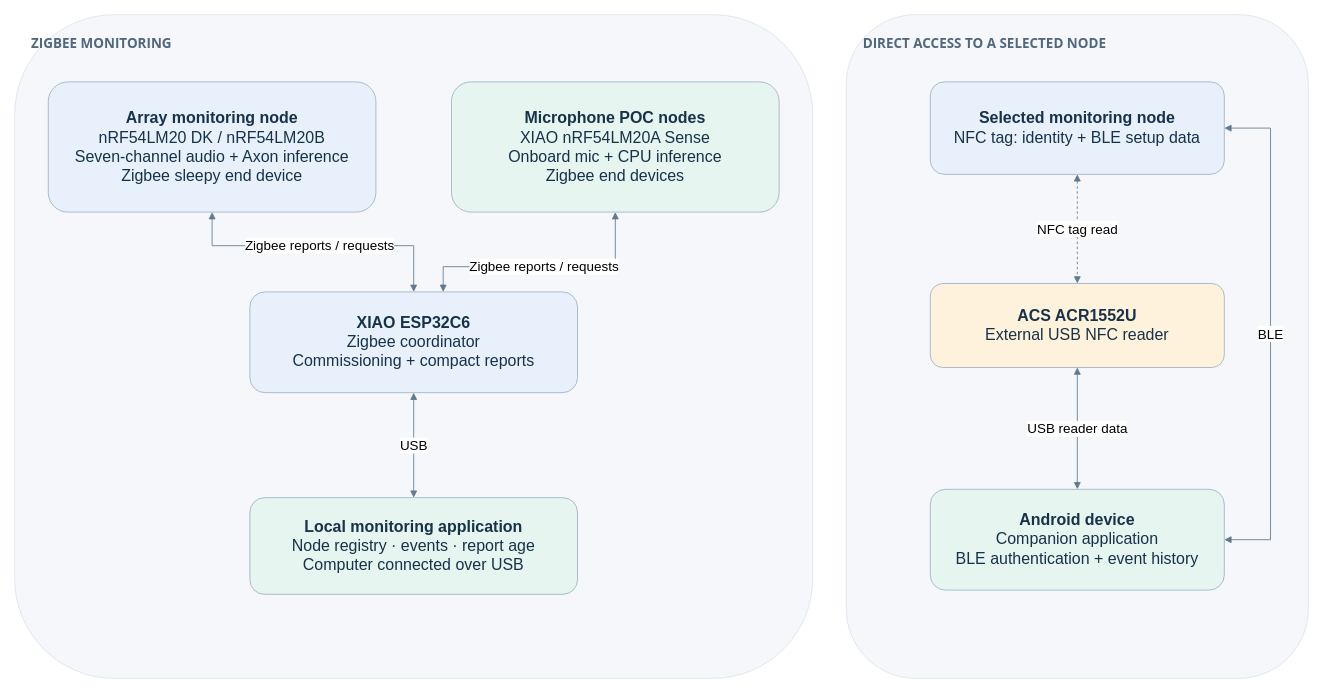
Earlier version of the draw.io diagram docs/Hackster/assets/network-topology.drawio (Priyanshu0901/SustaintheSystem). Source tidied: cells renumbered, new cells numbered last; positions are measured from the earlier drawing's top-left corner, leaving out a move shared by most shapes. Both pictures are drawn from the tidied source at 84%, with x=0, y=0 at pixel (14, 14).
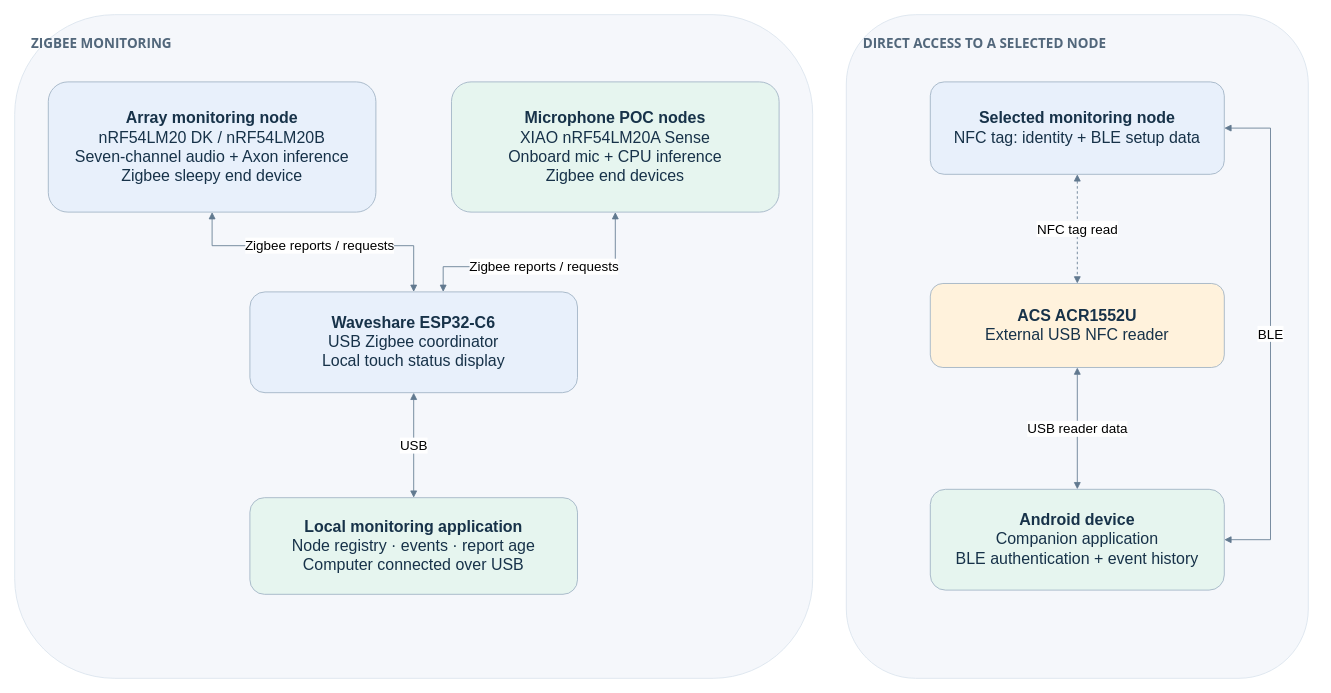
Above is the later version.

What changed in the source:
```diff
@@
-    <mxCell id="8" value="&lt;b&gt;XIAO ESP32C6&lt;/b&gt;&lt;br&gt;Zigbee coordinator&lt;br&gt;Commissioning + compact reports" style="rounded=1;arcSize=15;whiteSpace=wrap;html=1;fillColor=#e8f0fb;strokeColor=#9eb1c3;fontColor=#173249;fontSize=19;spacing=12;" parent="1" vertex="1">
+    <mxCell id="8" value="&lt;b&gt;Waveshare ESP32-C6&lt;/b&gt;&lt;br&gt;USB Zigbee coordinator&lt;br&gt;Local touch status display" style="rounded=1;arcSize=15;whiteSpace=wrap;html=1;fillColor=#e8f0fb;strokeColor=#9eb1c3;fontColor=#173249;fontSize=19;spacing=12;" parent="1" vertex="1">
       <mxGeometry x="280" y="330" width="390" height="120" as="geometry" />
     </mxCell>
```
